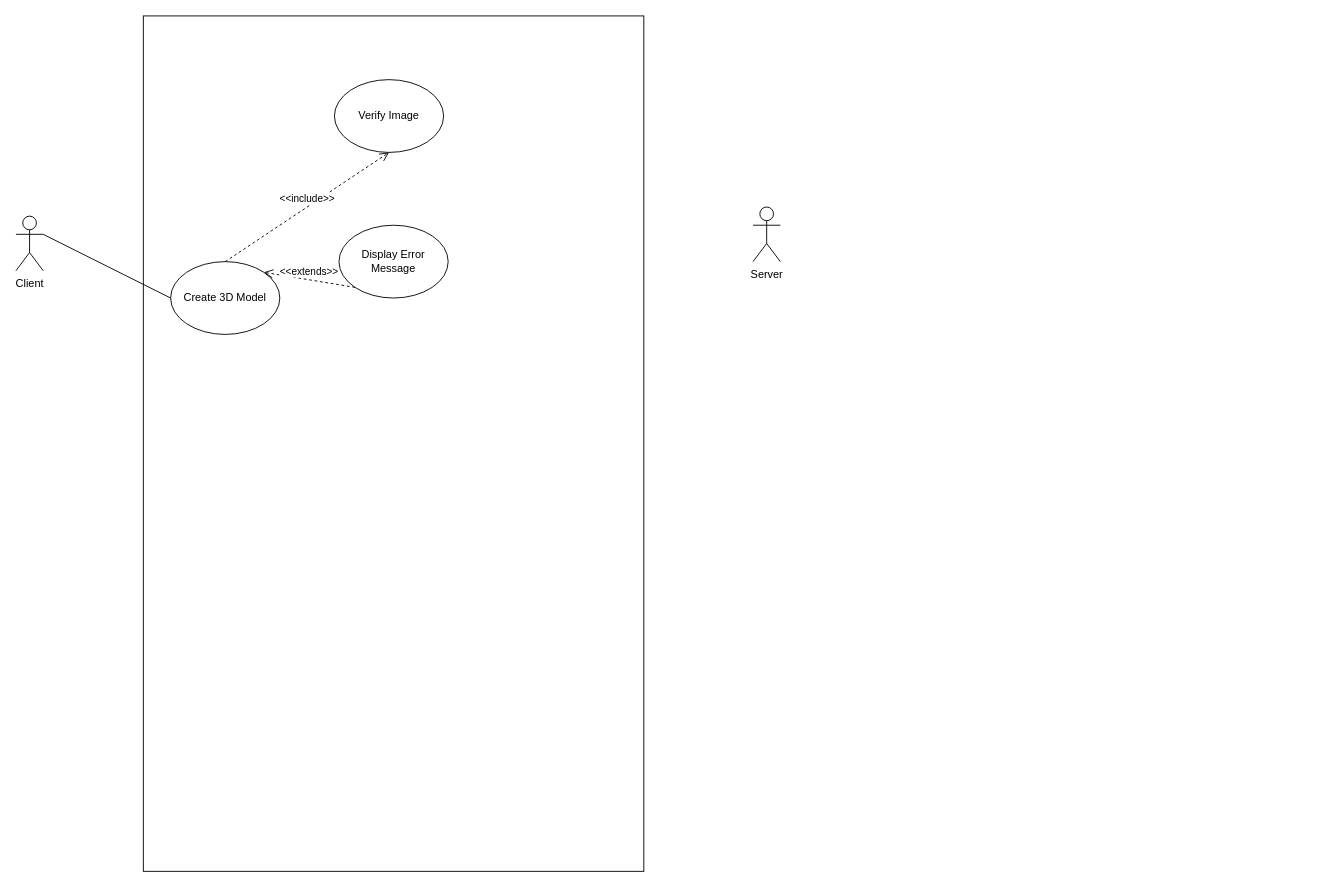
crpytoscooby/College-Assignment-1 keeps this draw.io diagram as delete.drawio. Above is the earlier version. Source tidied: cells renumbered, new cells numbered last; positions are measured from the earlier drawing's top-left corner, leaving out a move shared by most shapes. Both pictures are drawn from the tidied source at 91%, with x=0, y=0 at pixel (15, 15).
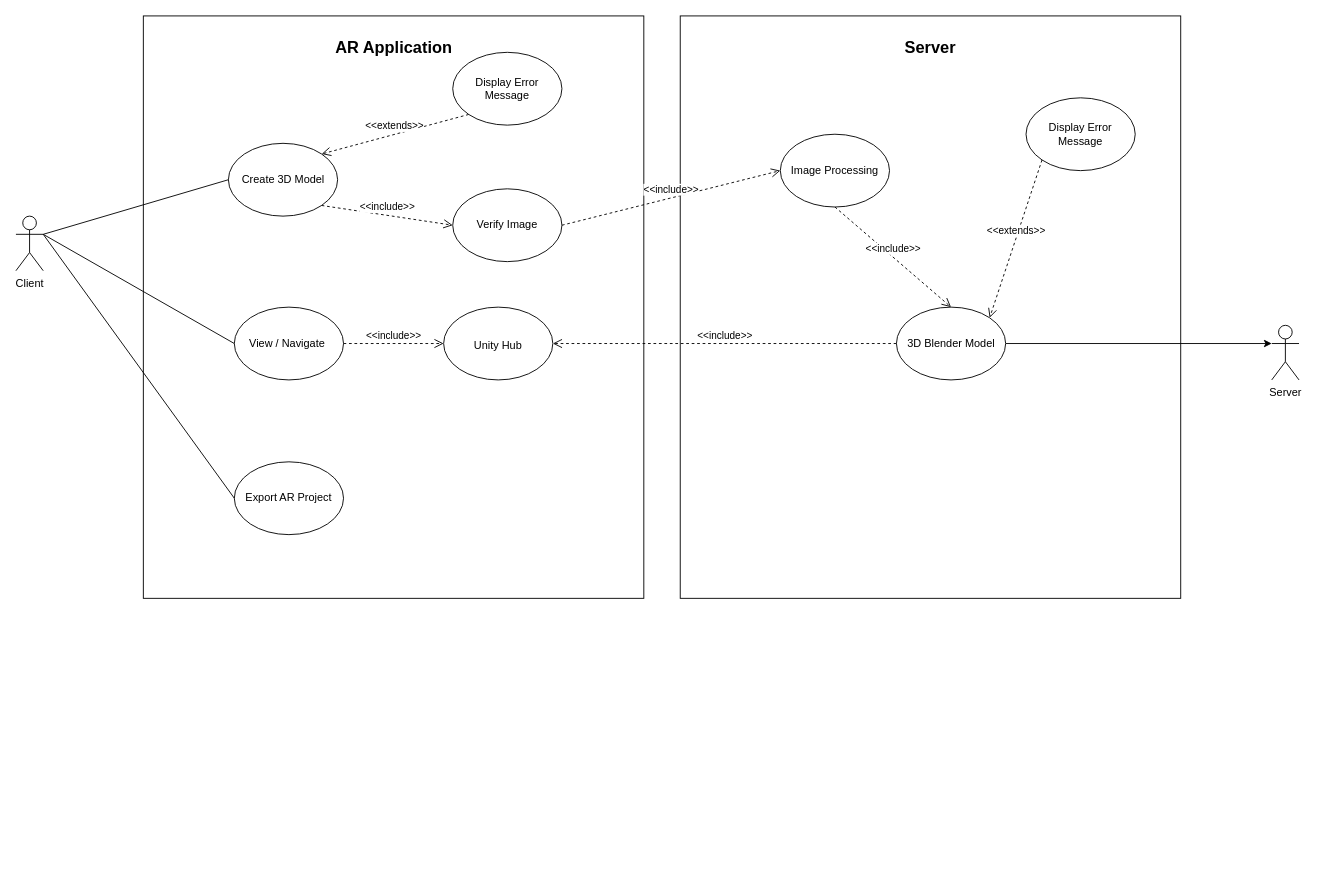
Above is the later version.

The change refers to these unchanged cells:
```xml
<mxCell id="3" value="Client" style="shape=umlActor;verticalLabelPosition=bottom;verticalAlign=top;html=1;outlineConnect=0;" parent="1" vertex="1">
  <mxGeometry y="220" width="30" height="60" as="geometry" />
</mxCell>
```

What changed in the source:
```diff
@@
     <mxCell id="2" style="rounded=0;whiteSpace=wrap;html=1;" parent="1" vertex="1">
-      <mxGeometry x="140" width="550" height="940" as="geometry" />
+      <mxGeometry x="140" width="550" height="640" as="geometry" />
     </mxCell>
@@
     <mxCell id="4" value="Server" style="shape=umlActor;verticalLabelPosition=bottom;verticalAlign=top;html=1;outlineConnect=0;" parent="1" vertex="1">
-      <mxGeometry x="810" y="210" width="30" height="60" as="geometry" />
+      <mxGeometry x="1380" y="340" width="30" height="60" as="geometry" />
     </mxCell>
     <mxCell id="5" value="Create 3D Model" style="ellipse;whiteSpace=wrap;html=1;" parent="1" vertex="1">
-      <mxGeometry x="170" y="270" width="120" height="80" as="geometry" />
+      <mxGeometry x="233.5" y="140" width="120" height="80" as="geometry" />
     </mxCell>
@@
     <mxCell id="7" value="Verify Image" style="ellipse;whiteSpace=wrap;html=1;" parent="1" vertex="1">
-      <mxGeometry x="350" y="70" width="120" height="80" as="geometry" />
+      <mxGeometry x="480" y="190" width="120" height="80" as="geometry" />
     </mxCell>
     <mxCell id="8" value="Display Error Message" style="ellipse;whiteSpace=wrap;html=1;" parent="1" vertex="1">
-      <mxGeometry x="355" y="230" width="120" height="80" as="geometry" />
+      <mxGeometry x="480" y="40" width="120" height="80" as="geometry" />
     </mxCell>
-    <mxCell id="9" value="&amp;lt;&amp;lt;include&amp;gt;&amp;gt;" style="html=1;verticalAlign=bottom;endArrow=open;dashed=1;endSize=8;rounded=0;entryX=0.5;entryY=1;entryDx=0;entryDy=0;exitX=0.5;exitY=0;exitDx=0;exitDy=0;" parent="1" edge="1" source="5" target="7">
+    <mxCell id="9" value="&amp;lt;&amp;lt;include&amp;gt;&amp;gt;" style="html=1;verticalAlign=bottom;endArrow=open;dashed=1;endSize=8;rounded=0;entryX=0;entryY=0.5;entryDx=0;entryDy=0;exitX=1;exitY=1;exitDx=0;exitDy=0;" parent="1" edge="1" source="5" target="7">
       <mxGeometry relative="1" as="geometry" />
     </mxCell>
@@
+    <mxCell id="11" style="rounded=0;whiteSpace=wrap;html=1;" parent="1" vertex="1">
+      <mxGeometry x="730" width="550" height="640" as="geometry" />
+    </mxCell>
+    <mxCell id="12" value="Image Processing" style="ellipse;whiteSpace=wrap;html=1;" parent="1" vertex="1">
+      <mxGeometry x="840" y="130" width="120" height="80" as="geometry" />
+    </mxCell>
+    <mxCell id="13" value="&amp;lt;&amp;lt;include&amp;gt;&amp;gt;" style="html=1;verticalAlign=bottom;endArrow=open;dashed=1;endSize=8;rounded=0;entryX=0;entryY=0.5;entryDx=0;entryDy=0;exitX=1;exitY=0.5;exitDx=0;exitDy=0;" parent="1" edge="1" source="7" target="12">
+      <mxGeometry relative="1" as="geometry" />
+    </mxCell>
+    <mxCell id="14" style="edgeStyle=orthogonalEdgeStyle;rounded=0;jettySize=auto;html=1;exitX=1;exitY=0.5;exitDx=0;exitDy=0;entryX=0;entryY=0.3333333333333333;entryDx=0;entryDy=0;entryPerimeter=0;" parent="1" edge="1" source="15" target="4">
+      <mxGeometry relative="1" as="geometry" />
+    </mxCell>
+    <mxCell id="15" value="3D Blender Model" style="ellipse;whiteSpace=wrap;html=1;" parent="1" vertex="1">
+      <mxGeometry x="967.6" y="320" width="120" height="80" as="geometry" />
+    </mxCell>
+    <mxCell id="16" value="&amp;lt;&amp;lt;include&amp;gt;&amp;gt;" style="html=1;verticalAlign=bottom;endArrow=open;dashed=1;endSize=8;rounded=0;entryX=0.5;entryY=0;entryDx=0;entryDy=0;exitX=0.5;exitY=1;exitDx=0;exitDy=0;" parent="1" edge="1" source="12" target="15">
+      <mxGeometry relative="1" as="geometry" />
+    </mxCell>
+    <mxCell id="17" value="Display Error Message" style="ellipse;whiteSpace=wrap;html=1;" parent="1" vertex="1">
+      <mxGeometry x="1110" y="90" width="120" height="80" as="geometry" />
+    </mxCell>
+    <mxCell id="18" value="&amp;lt;&amp;lt;extends&amp;gt;&amp;gt;" style="html=1;verticalAlign=bottom;endArrow=open;dashed=1;endSize=8;rounded=0;entryX=1;entryY=0;entryDx=0;entryDy=0;exitX=0;exitY=1;exitDx=0;exitDy=0;" parent="1" edge="1" source="17" target="15">
+      <mxGeometry relative="1" as="geometry" />
+    </mxCell>
+    <mxCell id="19" value="View / Navigate&amp;nbsp;" style="ellipse;whiteSpace=wrap;html=1;" parent="1" vertex="1">
+      <mxGeometry x="240" y="320" width="120" height="80" as="geometry" />
+    </mxCell>
+    <mxCell id="20" style="endArrow=none;html=1;rounded=0;entryX=0;entryY=0.5;entryDx=0;entryDy=0;exitX=1;exitY=0.3333333333333333;exitDx=0;exitDy=0;exitPerimeter=0;" parent="1" edge="1" source="3" target="19">
+      <mxGeometry relative="1" as="geometry" />
+    </mxCell>
+    <mxCell id="21" value="Export AR Project" style="ellipse;whiteSpace=wrap;html=1;" parent="1" vertex="1">
+      <mxGeometry x="240" y="490" width="120" height="80" as="geometry" />
+    </mxCell>
+    <mxCell id="22" style="endArrow=none;html=1;rounded=0;exitX=1;exitY=0.3333333333333333;exitDx=0;exitDy=0;exitPerimeter=0;entryX=0;entryY=0.5;entryDx=0;entryDy=0;" parent="1" edge="1" source="3" target="21">
+      <mxGeometry relative="1" as="geometry" />
+    </mxCell>
+    <mxCell id="23" value="&lt;b&gt;&lt;font style=&quot;font-size: 18px;&quot;&gt;AR Application&lt;/font&gt;&lt;/b&gt;" style="text;html=1;strokeColor=none;fillColor=none;align=center;verticalAlign=middle;whiteSpace=wrap;rounded=0;" parent="1" vertex="1">
+      <mxGeometry x="347.5" y="20" width="135" height="30" as="geometry" />
+    </mxCell>
+    <mxCell id="24" value="&lt;b&gt;&lt;font style=&quot;font-size: 18px;&quot;&gt;Server&lt;/font&gt;&lt;/b&gt;" style="text;html=1;strokeColor=none;fillColor=none;align=center;verticalAlign=middle;whiteSpace=wrap;rounded=0;" parent="1" vertex="1">
+      <mxGeometry x="955" y="20" width="100" height="30" as="geometry" />
+    </mxCell>
+    <mxCell id="25" value="&lt;font style=&quot;font-size: 12px;&quot;&gt;Unity Hub&lt;/font&gt;" style="ellipse;whiteSpace=wrap;html=1;fontSize=18;" parent="1" vertex="1">
+      <mxGeometry x="470" y="320" width="120" height="80" as="geometry" />
+    </mxCell>
+    <mxCell id="26" value="&amp;lt;&amp;lt;include&amp;gt;&amp;gt;" style="html=1;verticalAlign=bottom;endArrow=open;dashed=1;endSize=8;rounded=0;entryX=0;entryY=0.5;entryDx=0;entryDy=0;exitX=1;exitY=0.5;exitDx=0;exitDy=0;" parent="1" edge="1" source="19" target="25">
+      <mxGeometry relative="1" as="geometry" />
+    </mxCell>
+    <mxCell id="27" value="&amp;lt;&amp;lt;include&amp;gt;&amp;gt;" style="html=1;verticalAlign=bottom;endArrow=open;dashed=1;endSize=8;rounded=0;entryX=1;entryY=0.5;entryDx=0;entryDy=0;exitX=0;exitY=0.5;exitDx=0;exitDy=0;" parent="1" edge="1" source="15" target="25">
+      <mxGeometry relative="1" as="geometry" />
+    </mxCell>
```
